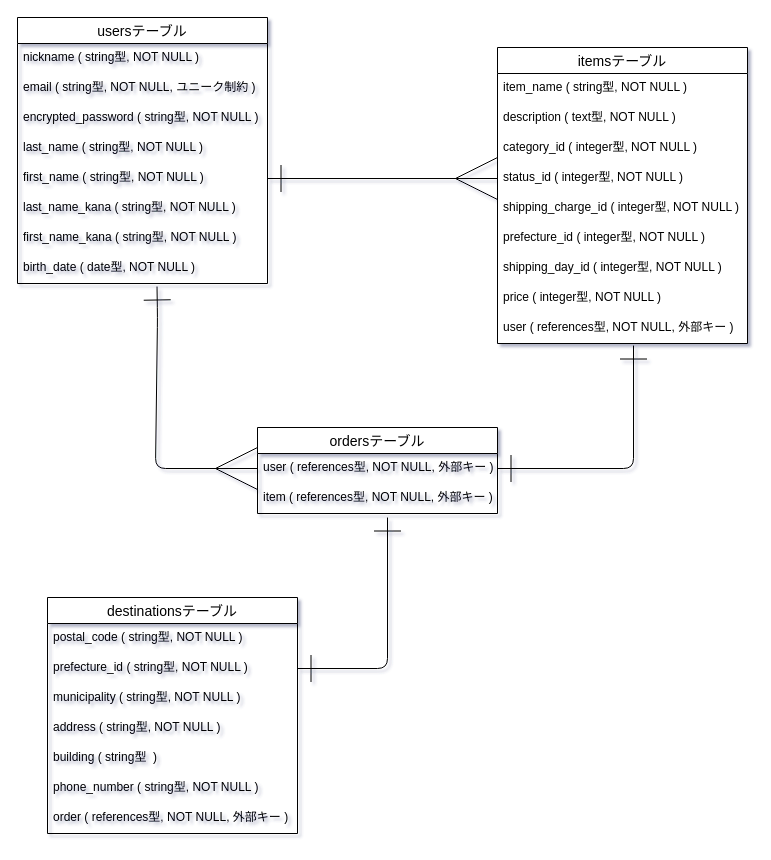
This is ER.dio from shero37/furima-38746, a draw.io file, before an edit. Source tidied: cells renumbered, new cells numbered last; positions are measured from the earlier drawing's top-left corner, leaving out a move shared by most shapes. Both pictures are drawn from the tidied source at 100%, with x=0, y=0 at pixel (17, 17).
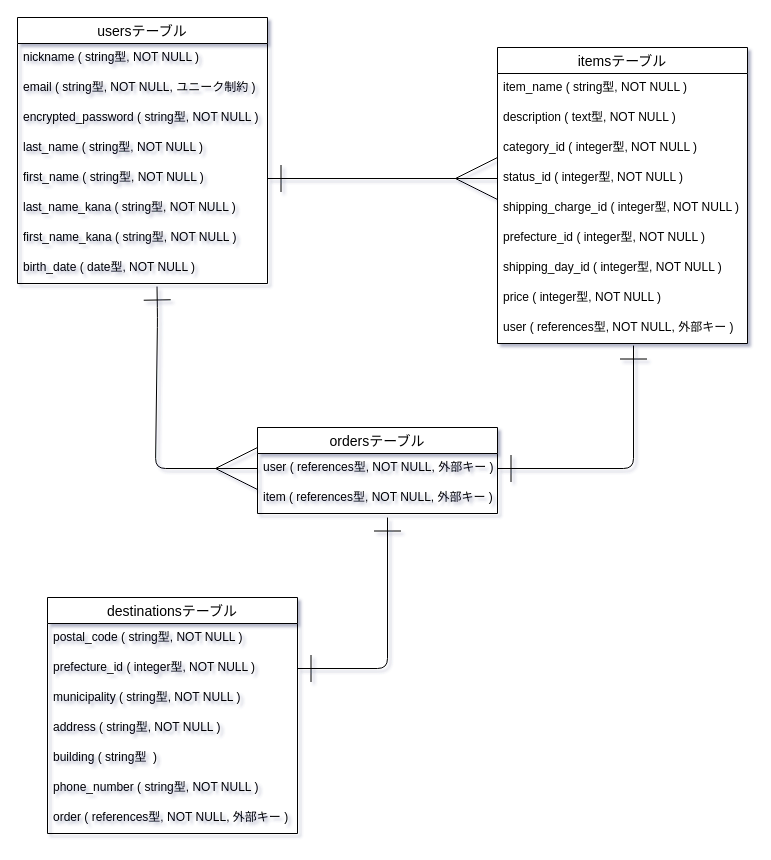
The same diagram, later.

The change refers to these unchanged cells:
```xml
<mxCell id="22" value="destinationsテーブル" style="swimlane;fontStyle=0;horizontal=1;startSize=26;align=center;fontSize=14;" parent="1" vertex="1">
  <mxGeometry x="30" y="580" width="250" height="236" as="geometry" />
</mxCell>
```

What changed in the source:
```diff
@@
-    <mxCell id="24" value="prefecture_id ( string型, NOT NULL )" style="text;strokeColor=none;fillColor=none;spacingLeft=4;spacingRight=4;overflow=hidden;points=[[0,0.5],[1,0.5]];portConstraint=eastwest;fontSize=12;" parent="22" vertex="1">
+    <mxCell id="24" value="prefecture_id ( integer型, NOT NULL )" style="text;strokeColor=none;fillColor=none;spacingLeft=4;spacingRight=4;overflow=hidden;points=[[0,0.5],[1,0.5]];portConstraint=eastwest;fontSize=12;" parent="22" vertex="1">
       <mxGeometry y="56" width="250" height="30" as="geometry" />
     </mxCell>
```
